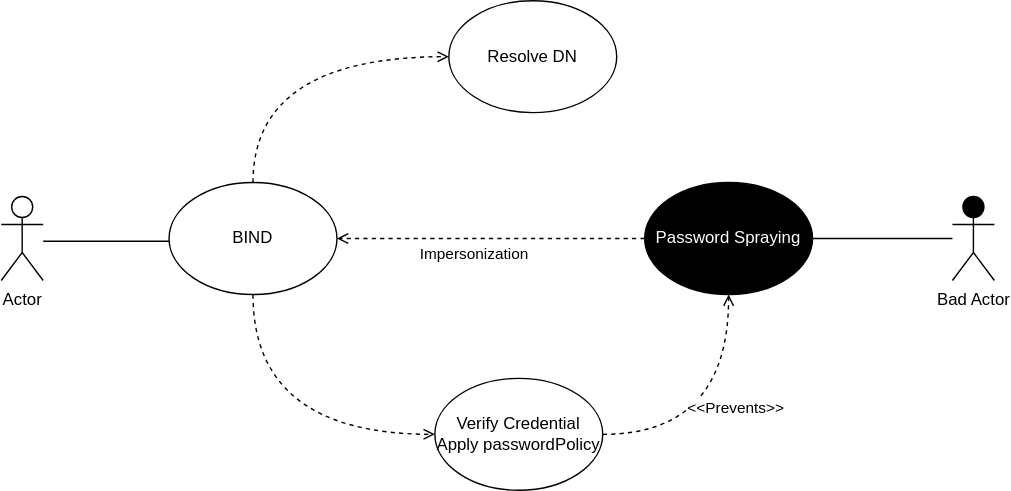
Earlier version of the draw.io export images/Use-Misuse Case 1 -Bind.drawio.svg (bartelsjoshuac/SAPG). Source tidied: cells renumbered, new cells last; positions are measured from the earlier drawing's top-left corner, leaving out a move shared by most shapes. The source it was exported from:
```xml
<mxGraphModel>
  <root>
    <mxCell id="0" />
    <mxCell id="1" parent="0" />
    <mxCell id="2" value="Actor" style="shape=umlActor;verticalLabelPosition=bottom;verticalAlign=top;html=1;fillColor=#FFFFFF;" parent="1" vertex="1">
      <mxGeometry y="140" width="30" height="60" as="geometry" />
    </mxCell>
    <mxCell id="3" style="endArrow=none;html=1;" parent="1" edge="1">
      <mxGeometry relative="1" as="geometry">
        <mxPoint x="30" y="172" as="sourcePoint" />
        <mxPoint x="120" y="172" as="targetPoint" />
      </mxGeometry>
    </mxCell>
    <mxCell id="4" style="edgeStyle=orthogonalEdgeStyle;rounded=1;jettySize=auto;html=1;entryX=0;entryY=0.5;entryDx=0;entryDy=0;dashed=1;strokeWidth=1;endFill=0;endArrow=open;curved=1;exitX=0.5;exitY=0;exitDx=0;exitDy=0;" parent="1" edge="1" source="5" target="8">
      <mxGeometry relative="1" as="geometry" />
    </mxCell>
    <mxCell id="5" value="BIND" style="ellipse;whiteSpace=wrap;html=1;fillColor=#FFFFFF;" parent="1" vertex="1">
      <mxGeometry x="120" y="130" width="120" height="80" as="geometry" />
    </mxCell>
    <mxCell id="6" value="Verify Credential&lt;br&gt;Apply passwordPolicy" style="ellipse;whiteSpace=wrap;html=1;fillColor=#FFFFFF;" parent="1" vertex="1">
      <mxGeometry x="310" y="270" width="120" height="80" as="geometry" />
    </mxCell>
    <mxCell id="7" style="endArrow=open;dashed=1;html=1;entryX=0;entryY=0.5;entryDx=0;entryDy=0;edgeStyle=orthogonalEdgeStyle;curved=1;endFill=0;strokeWidth=1;exitX=0.5;exitY=1;exitDx=0;exitDy=0;" parent="1" edge="1" source="5" target="6">
      <mxGeometry relative="1" as="geometry" />
    </mxCell>
    <mxCell id="8" value="Resolve DN" style="ellipse;whiteSpace=wrap;html=1;" parent="1" vertex="1">
      <mxGeometry x="320" width="120" height="80" as="geometry" />
    </mxCell>
    <mxCell id="9" style="edgeStyle=orthogonalEdgeStyle;rounded=0;jettySize=auto;html=1;entryX=1;entryY=0.5;entryDx=0;entryDy=0;endArrow=none;endFill=0;" parent="1" edge="1" source="10">
      <mxGeometry relative="1" as="geometry">
        <mxPoint x="580" y="170" as="targetPoint" />
      </mxGeometry>
    </mxCell>
    <mxCell id="10" value="Bad Actor" style="shape=umlActor;verticalLabelPosition=bottom;verticalAlign=top;html=1;outlineConnect=0;fillColor=#000000;" parent="1" vertex="1">
      <mxGeometry x="680" y="140" width="30" height="60" as="geometry" />
    </mxCell>
    <mxCell id="11" style="edgeStyle=orthogonalEdgeStyle;curved=1;rounded=0;jettySize=auto;html=1;entryX=1;entryY=0.5;entryDx=0;entryDy=0;dashed=1;endArrow=open;endFill=0;strokeWidth=1;" parent="1" edge="1" source="13">
      <mxGeometry relative="1" as="geometry">
        <mxPoint x="240" y="170" as="targetPoint" />
      </mxGeometry>
    </mxCell>
    <mxCell id="12" value="Impersonization" style="edgeLabel;html=1;align=center;verticalAlign=middle;" parent="11" vertex="1">
      <mxGeometry x="0.11" y="1" relative="1" as="geometry">
        <mxPoint y="9" as="offset" />
      </mxGeometry>
    </mxCell>
    <mxCell id="13" value="Password Spraying" style="ellipse;whiteSpace=wrap;html=1;fillColor=#000000;fontColor=#FFFFFF;" parent="1" vertex="1">
      <mxGeometry x="460" y="130" width="120" height="80" as="geometry" />
    </mxCell>
    <mxCell id="14" style="edgeStyle=orthogonalEdgeStyle;curved=1;rounded=0;jettySize=auto;html=1;dashed=1;endArrow=open;endFill=0;strokeWidth=1;exitX=1;exitY=0.5;exitDx=0;exitDy=0;entryX=0.5;entryY=1;entryDx=0;entryDy=0;" parent="1" edge="1" source="6" target="13">
      <mxGeometry relative="1" as="geometry" />
    </mxCell>
    <mxCell id="15" value="&amp;lt;&amp;lt;Prevents&amp;gt;&amp;gt;" style="edgeLabel;html=1;align=center;verticalAlign=middle;" parent="14" vertex="1">
      <mxGeometry x="-0.23" y="23" relative="1" as="geometry">
        <mxPoint x="21" y="3" as="offset" />
      </mxGeometry>
    </mxCell>
  </root>
</mxGraphModel>
```
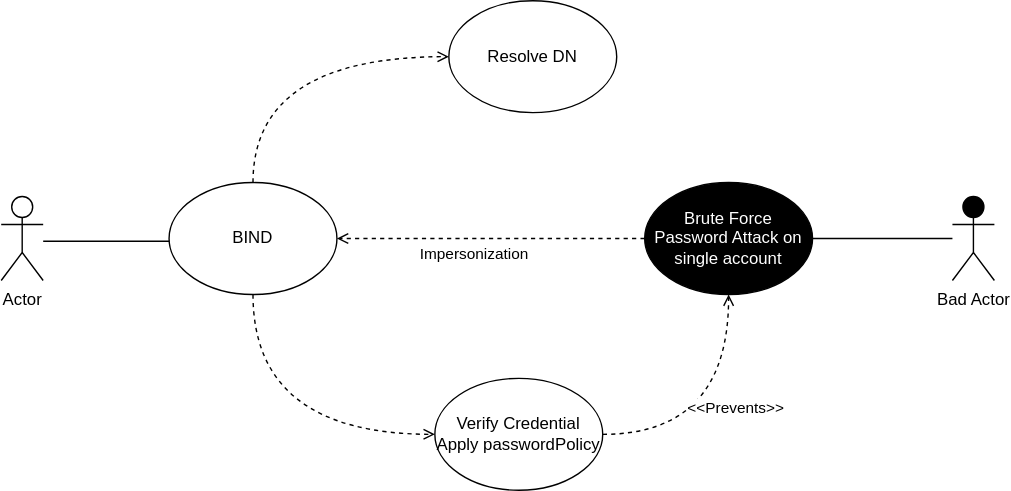
After the commit.

What changed in the source:
```diff
@@ -44,7 +44,7 @@
         <mxPoint y="9" as="offset" />
       </mxGeometry>
     </mxCell>
-    <mxCell id="13" value="Password Spraying" style="ellipse;whiteSpace=wrap;html=1;fillColor=#000000;fontColor=#FFFFFF;" parent="1" vertex="1">
+    <mxCell id="13" value="Brute Force Password Attack on single account" style="ellipse;whiteSpace=wrap;html=1;fillColor=#000000;fontColor=#FFFFFF;" parent="1" vertex="1">
       <mxGeometry x="460" y="130" width="120" height="80" as="geometry" />
     </mxCell>
     <mxCell id="14" style="edgeStyle=orthogonalEdgeStyle;curved=1;rounded=0;jettySize=auto;html=1;dashed=1;endArrow=open;endFill=0;strokeWidth=1;exitX=1;exitY=0.5;exitDx=0;exitDy=0;entryX=0.5;entryY=1;entryDx=0;entryDy=0;" parent="1" edge="1" source="6" target="13">
```
